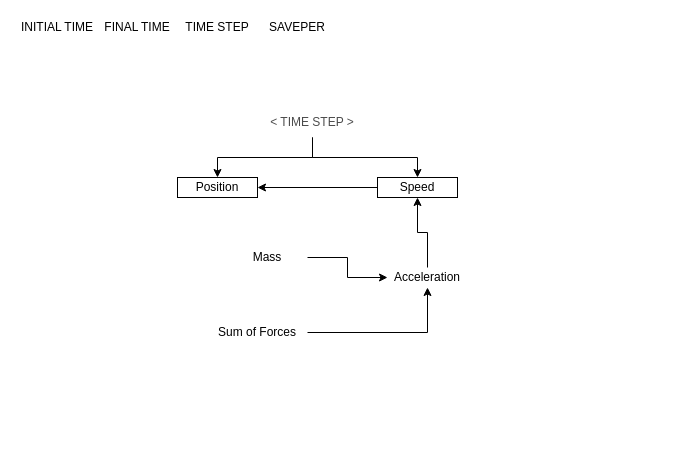
ScienceGamez/drawio_pysd keeps this draw.io diagram as page "Newton Laws of Dynamics" (1 of 2) of examples/mechanics.drawio. Above is the earlier version. Source tidied: cells renumbered, new cells numbered last; positions are measured from the earlier drawing's top-left corner, leaving out a move shared by most shapes. Both pictures are drawn from the tidied source at 100%, with x=0, y=0 at pixel (17, 17).
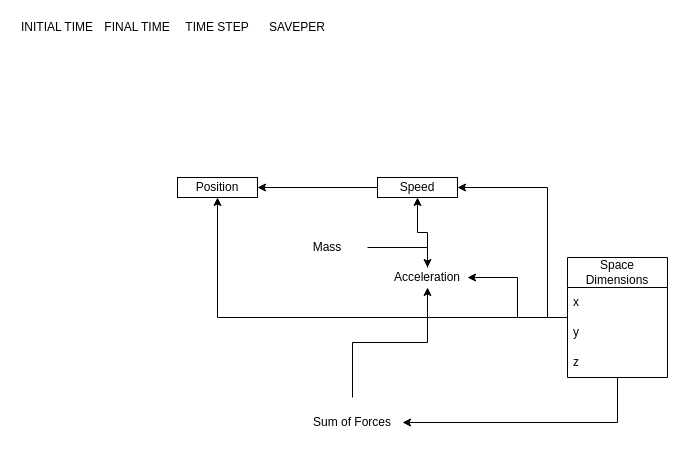
The same diagram, later.

The change refers to these unchanged cells:
```xml
<object id="2" label="%Name%" Name="Position" placeholders="1">
  <mxCell style="rounded=0;whiteSpace=wrap;html=1;" parent="1" vertex="1">
    <mxGeometry x="160" y="160" width="80" height="20" as="geometry" />
  </mxCell>
</object>
<object id="3" label="%Name%" Name="Speed" placeholders="1">
  <mxCell style="rounded=0;whiteSpace=wrap;html=1;" parent="1" vertex="1">
    <mxGeometry x="360" y="160" width="80" height="20" as="geometry" />
  </mxCell>
</object>
<object id="6" label="%Name%" Name="Acceleration" placeholders="1">
  <mxCell style="text;html=1;strokeColor=none;fillColor=none;align=center;verticalAlign=middle;whiteSpace=wrap;overflow=hidden;" parent="1" vertex="1">
    <mxGeometry x="370" y="250" width="80" height="20" as="geometry" />
  </mxCell>
</object>
```

The edit, as a diff of the source:
```diff
@@
     <object id="8" label="%Name%" Name="Sum of Forces" placeholders="1">
       <mxCell style="text;html=1;strokeColor=none;fillColor=none;align=center;verticalAlign=middle;whiteSpace=wrap;overflow=hidden;" parent="1" vertex="1">
-        <mxGeometry x="190" y="290" width="100" height="50" as="geometry" />
+        <mxGeometry x="285" y="380" width="100" height="50" as="geometry" />
       </mxCell>
     </object>
@@
     <object id="10" label="%Name%" Name="Mass" placeholders="1">
       <mxCell style="text;html=1;strokeColor=none;fillColor=none;align=center;verticalAlign=middle;whiteSpace=wrap;overflow=hidden;" parent="1" vertex="1">
-        <mxGeometry x="210" y="230" width="80" height="20" as="geometry" />
+        <mxGeometry x="270" y="220" width="80" height="20" as="geometry" />
       </mxCell>
     </object>
@@
-    <mxCell id="15" style="edgeStyle=orthogonalEdgeStyle;rounded=0;jettySize=auto;html=1;" parent="1" edge="1" source="17" target="3">
-      <mxGeometry relative="1" as="geometry">
-        <Array as="points">
-          <mxPoint x="295" y="140" />
-          <mxPoint x="400" y="140" />
-        </Array>
-      </mxGeometry>
-    </mxCell>
-    <mxCell id="16" style="edgeStyle=orthogonalEdgeStyle;rounded=0;jettySize=auto;html=1;" parent="1" edge="1" source="17" target="2">
-      <mxGeometry relative="1" as="geometry" />
-    </mxCell>
-    <object id="17" label="&lt; %Name% &gt;" Name="TIME STEP" placeholders="1">
-      <mxCell style="text;html=1;strokeColor=none;fillColor=none;align=center;verticalAlign=middle;whiteSpace=wrap;overflow=hidden;textOpacity=70;" parent="1" vertex="1">
-        <mxGeometry x="240" y="90" width="110" height="30" as="geometry" />
-      </mxCell>
-    </object>
+    <mxCell id="18" style="edgeStyle=orthogonalEdgeStyle;rounded=0;jettySize=auto;html=1;" parent="1" edge="1" source="22" target="2">
+      <mxGeometry relative="1" as="geometry" />
+    </mxCell>
+    <mxCell id="19" style="edgeStyle=orthogonalEdgeStyle;rounded=0;jettySize=auto;html=1;" parent="1" edge="1" source="22" target="8">
+      <mxGeometry relative="1" as="geometry">
+        <Array as="points">
+          <mxPoint x="600" y="405" />
+        </Array>
+      </mxGeometry>
+    </mxCell>
+    <mxCell id="20" style="edgeStyle=orthogonalEdgeStyle;rounded=0;jettySize=auto;html=1;" parent="1" edge="1" source="22" target="3">
+      <mxGeometry relative="1" as="geometry">
+        <Array as="points">
+          <mxPoint x="530" y="300" />
+          <mxPoint x="530" y="170" />
+        </Array>
+      </mxGeometry>
+    </mxCell>
+    <mxCell id="21" style="edgeStyle=orthogonalEdgeStyle;rounded=0;jettySize=auto;html=1;" parent="1" edge="1" source="22" target="6">
+      <mxGeometry relative="1" as="geometry" />
+    </mxCell>
+    <object id="22" label="%Name%" Name="Space Dimensions" placeholders="1">
+      <mxCell style="swimlane;fontStyle=0;horizontal=1;startSize=30;whiteSpace=wrap;html=1;" parent="1" vertex="1">
+        <mxGeometry x="550" y="240" width="100" height="120" as="geometry" />
+      </mxCell>
+    </object>
+    <mxCell id="23" value="x" style="text;strokeColor=none;fillColor=none;align=left;verticalAlign=middle;spacingLeft=4;spacingRight=4;overflow=hidden;whiteSpace=wrap;html=1;" parent="22" vertex="1">
+      <mxGeometry y="30" width="100" height="30" as="geometry" />
+    </mxCell>
+    <mxCell id="24" value="y" style="text;strokeColor=none;fillColor=none;align=left;verticalAlign=middle;spacingLeft=4;spacingRight=4;overflow=hidden;whiteSpace=wrap;html=1;" parent="22" vertex="1">
+      <mxGeometry y="60" width="100" height="30" as="geometry" />
+    </mxCell>
+    <mxCell id="25" value="z" style="text;strokeColor=none;fillColor=none;align=left;verticalAlign=middle;spacingLeft=4;spacingRight=4;overflow=hidden;whiteSpace=wrap;html=1;" parent="22" vertex="1">
+      <mxGeometry y="90" width="100" height="30" as="geometry" />
+    </mxCell>
```
